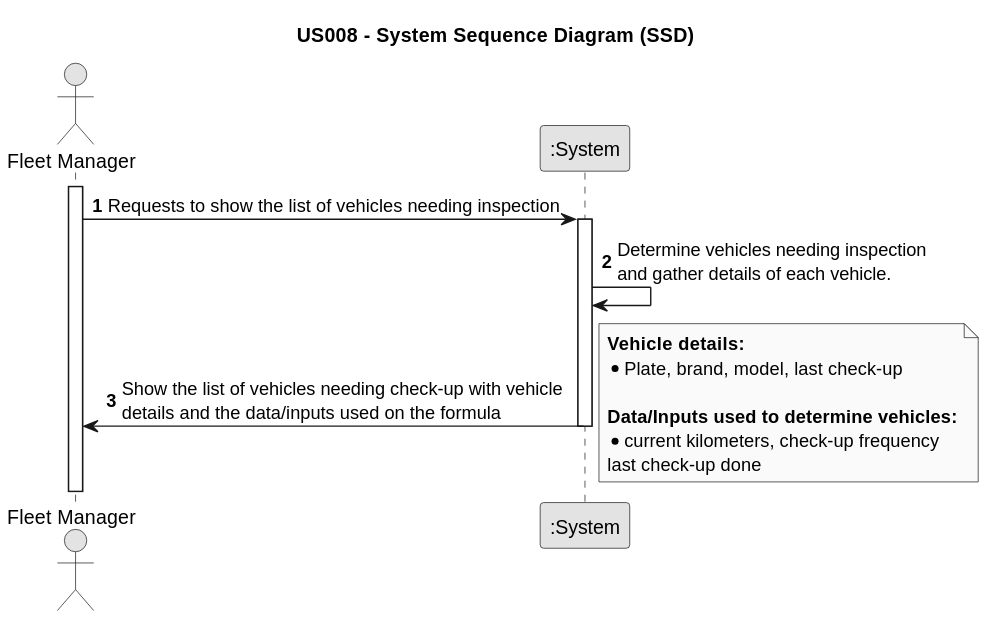
Above: docs/sprintA/us008/01.requirements-engineering/svg/us008-system-sequence-diagram.svg in Rui-San/LAPR2_2023_2024 (PlantUML), before the change.
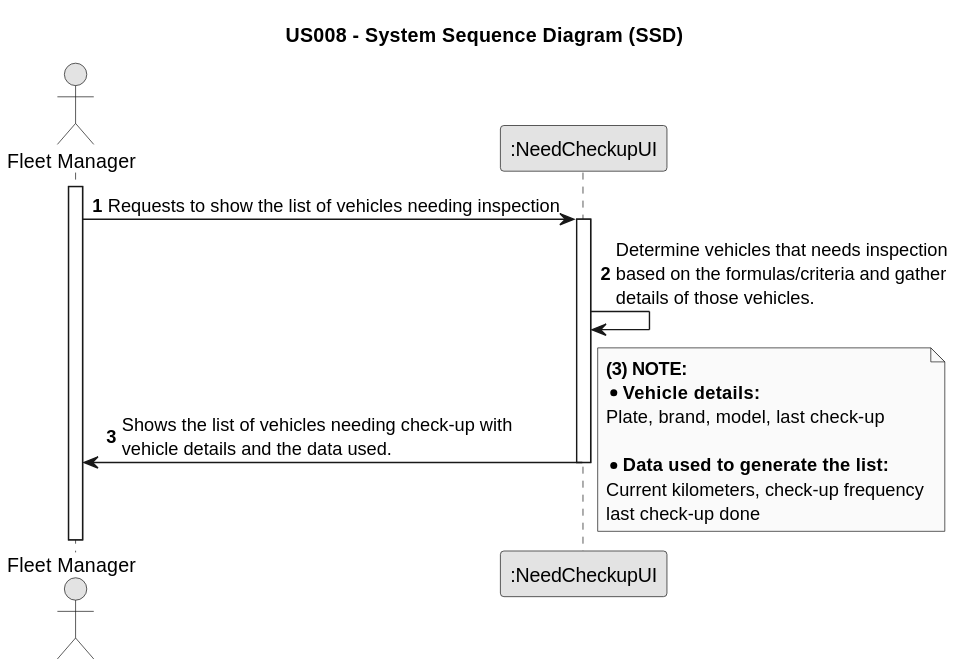
The same file after the commit.

Commit message:
- US008: Updated System Sequence Diagram .puml and .svg

What changed in the source:
```diff
@@ -8,25 +8,26 @@
 autonumber
 
 actor "Fleet Manager" as Employee
-participant ":System" as System
+participant ":NeedCheckupUI" as System
 
 activate Employee
 
     Employee -> System : Requests to show the list of vehicles needing inspection
     activate System
 
-        System -> System : Determine vehicles needing inspection \nand gather details of each vehicle.
+        System -> System : Determine vehicles that needs inspection \nbased on the formulas/criteria and gather \ndetails of those vehicles.
 
-        System -> Employee : Show the list of vehicles needing check-up with vehicle \ndetails and the data/inputs used on the formula
+        System -> Employee : Shows the list of vehicles needing check-up with \nvehicle details and the data used.
 
     deactivate System
 
 note right
-**Vehicle details:**
-*Plate, brand, model, last check-up
+**(3) NOTE:**
+* **Vehicle details:**
+Plate, brand, model, last check-up
 
-**Data/Inputs used to determine vehicles:**
-*current kilometers, check-up frequency
+* **Data used to generate the list:**
+Current kilometers, check-up frequency
 last check-up done
 end note
 
```
